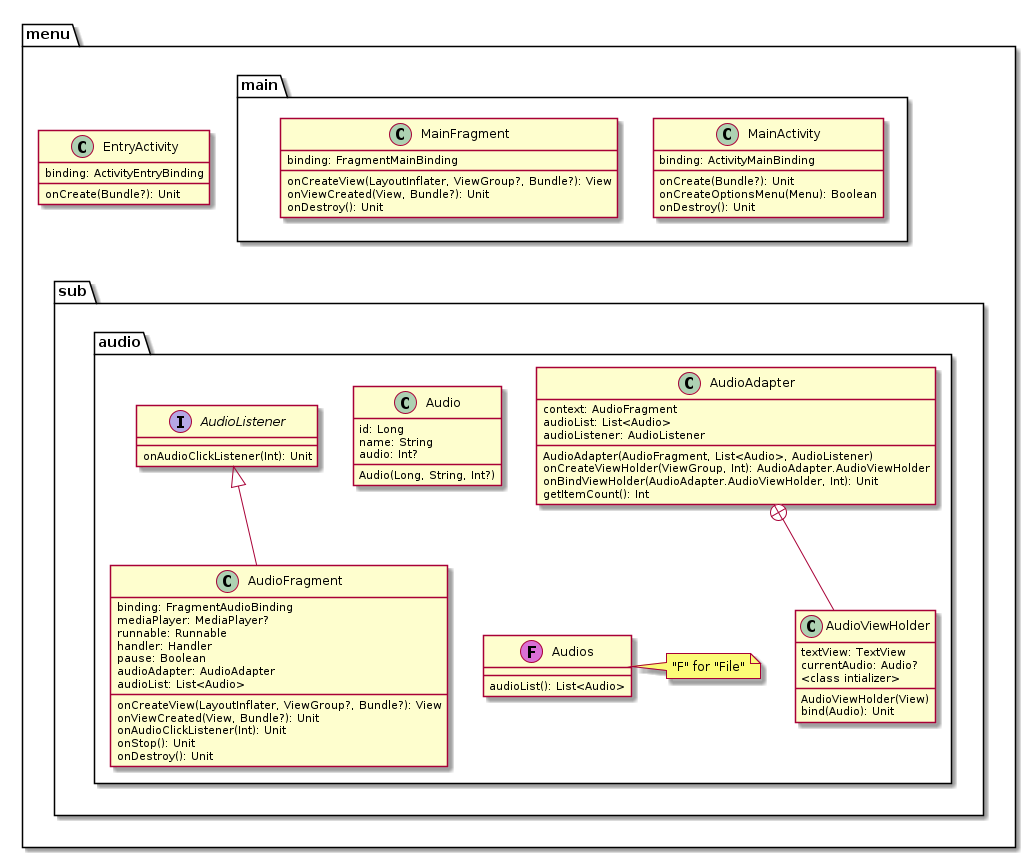
Earlier version of the PlantUML export Documents/classesAudioUML_base.png (vertigonale/botify2).
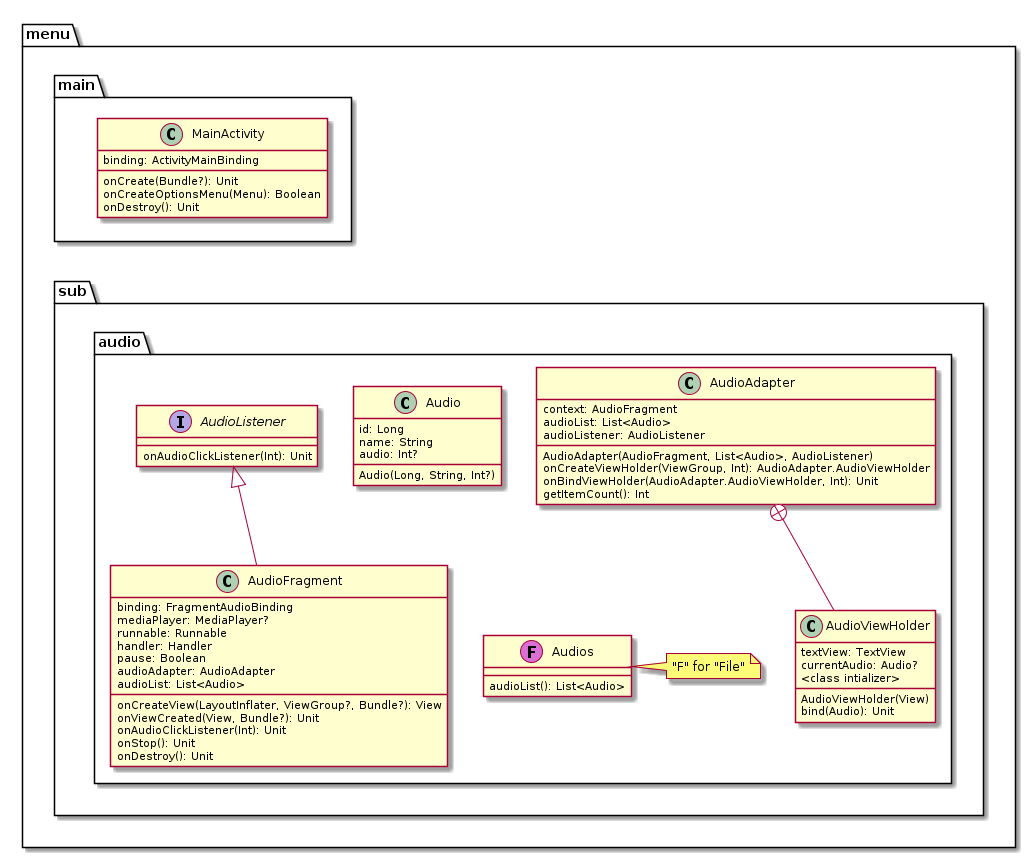
After the change.

Commit message:
update class diagrams

Change to the diagram source:
```diff
@@ -1,25 +1,12 @@
 @startuml
 
 package "menu" {
-
-    class EntryActivity {
-        binding: ActivityEntryBinding
-        onCreate(Bundle?): Unit
-    }
-
     package "main" {
 
         class MainActivity {
             binding: ActivityMainBinding
             onCreate(Bundle?): Unit
             onCreateOptionsMenu(Menu): Boolean
-            onDestroy(): Unit
-        }
-
-        class MainFragment {
-            binding: FragmentMainBinding
-            onCreateView(LayoutInflater, ViewGroup?, Bundle?): View
-            onViewCreated(View, Bundle?): Unit
             onDestroy(): Unit
         }
     }
```
